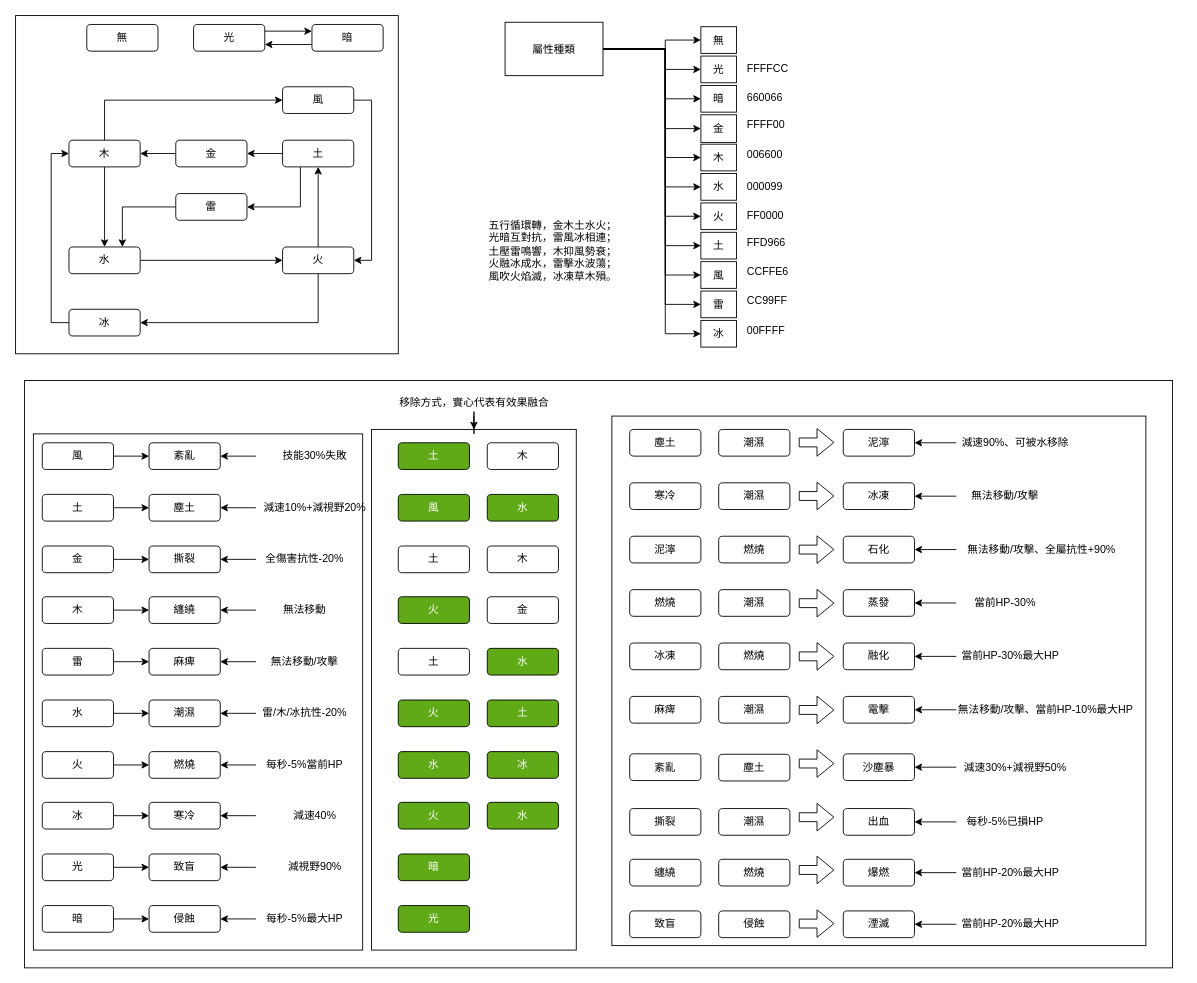
The draw.io diagram page "屬性交互表" (3 of 5) of 計劃書.drawio in jui-pixel/aoop_2025_group12_Alchmey_RPG_game, before the edit. Source tidied: cells renumbered, new cells numbered last; positions are measured from the earlier drawing's top-left corner, leaving out a move shared by most shapes. Both pictures are drawn from the tidied source at 89%, with x=0, y=0 at pixel (15, 15).
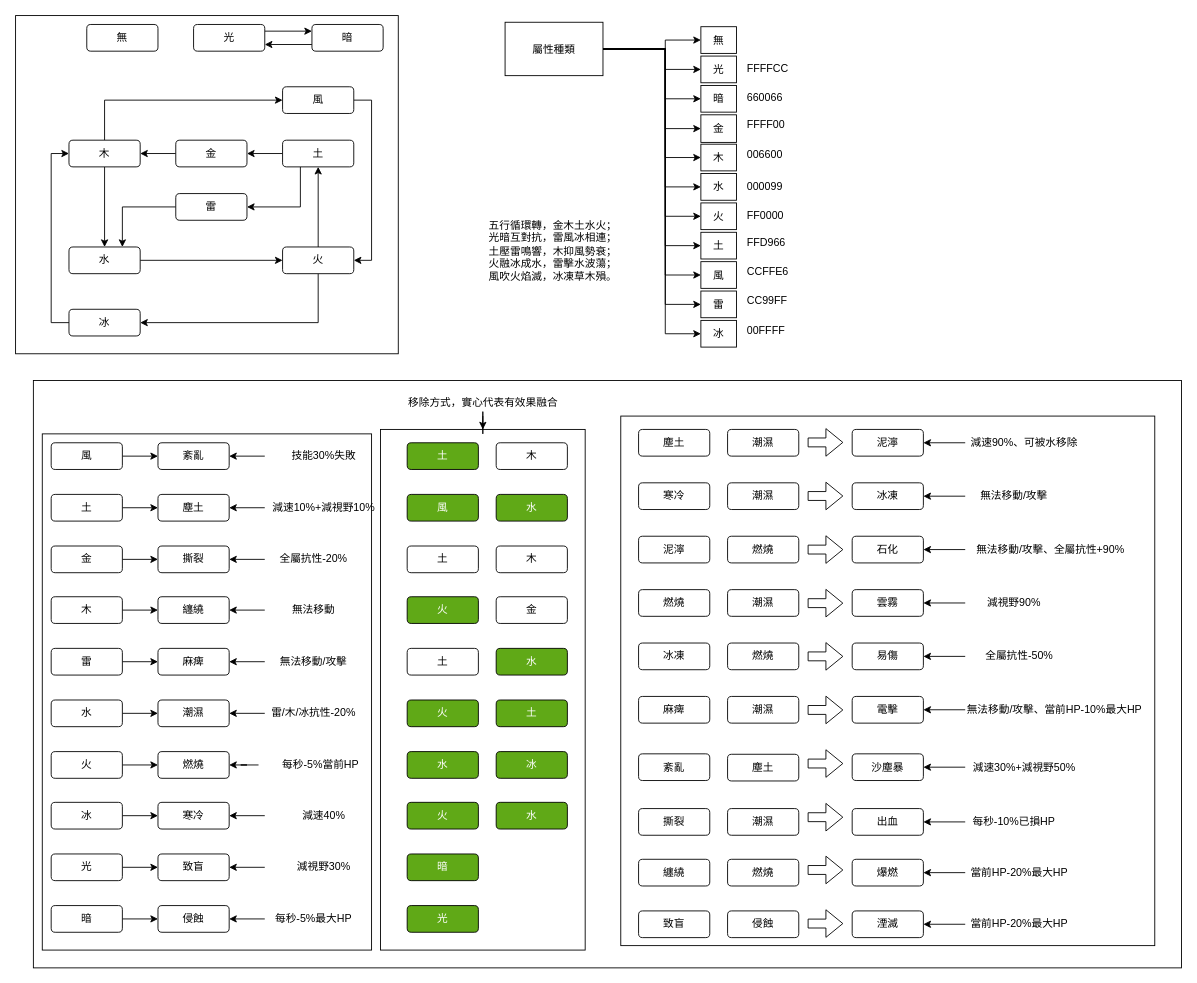
The same diagram, later.

Unchanged cells that the change refers to:
```xml
<mxCell id="83" style="group;" parent="29" vertex="1">
  <mxGeometry x="660" y="40" width="600" height="595" as="geometry" />
</mxCell>
```

Change to the diagram source:
```diff
@@
     <mxCell id="29" style="group;" parent="1" vertex="1">
-      <mxGeometry x="10" y="410" width="1290" height="660" as="geometry" />
+      <mxGeometry x="20" y="410" width="1290" height="660" as="geometry" />
     </mxCell>
@@
-    <mxCell id="64" value="&lt;p style=&quot;white-space-collapse: preserve;&quot; dir=&quot;auto&quot;&gt;減速10%+減視野20%&lt;/p&gt;" style="text;html=1;align=center;verticalAlign=middle;whiteSpace=wrap;rounded=0;" parent="29" vertex="1">
+    <mxCell id="64" value="&lt;p style=&quot;white-space-collapse: preserve;&quot; dir=&quot;auto&quot;&gt;減速10%+減視野10%&lt;/p&gt;" style="text;html=1;align=center;verticalAlign=middle;whiteSpace=wrap;rounded=0;" parent="29" vertex="1">
       <mxGeometry x="260" y="128" width="133" height="30" as="geometry" />
     </mxCell>
@@
     <mxCell id="70" value="每秒-5%當前HP" style="text;html=1;align=center;verticalAlign=middle;whiteSpace=wrap;rounded=0;" parent="29" vertex="1">
-      <mxGeometry x="260" y="417" width="110" height="30" as="geometry" />
+      <mxGeometry x="253" y="417" width="140" height="30" as="geometry" />
     </mxCell>
@@
-    <mxCell id="72" value="全傷害抗性-20%" style="text;html=1;align=center;verticalAlign=middle;whiteSpace=wrap;rounded=0;" parent="29" vertex="1">
+    <mxCell id="72" value="全屬抗性-20%" style="text;html=1;align=center;verticalAlign=middle;whiteSpace=wrap;rounded=0;" parent="29" vertex="1">
       <mxGeometry x="260" y="186" width="110" height="30" as="geometry" />
     </mxCell>
@@
-    <mxCell id="80" value="&lt;p style=&quot;white-space-collapse: preserve;&quot; dir=&quot;auto&quot;&gt;減視野90%&lt;/p&gt;" style="text;html=1;align=center;verticalAlign=middle;whiteSpace=wrap;rounded=0;" parent="29" vertex="1">
+    <mxCell id="80" value="&lt;p style=&quot;white-space-collapse: preserve;&quot; dir=&quot;auto&quot;&gt;減視野30%&lt;/p&gt;" style="text;html=1;align=center;verticalAlign=middle;whiteSpace=wrap;rounded=0;" parent="29" vertex="1">
       <mxGeometry x="260" y="532" width="133" height="30" as="geometry" />
     </mxCell>
@@
-    <mxCell id="96" value="&lt;p style=&quot;white-space-collapse: preserve;&quot; dir=&quot;auto&quot;&gt;蒸發&lt;/p&gt;" style="rounded=1;whiteSpace=wrap;html=1;labelBackgroundColor=none;" parent="83" vertex="1">
+    <mxCell id="96" value="&lt;p style=&quot;white-space-collapse: preserve;&quot; dir=&quot;auto&quot;&gt;雲霧&lt;/p&gt;" style="rounded=1;whiteSpace=wrap;html=1;labelBackgroundColor=none;" parent="83" vertex="1">
       <mxGeometry x="260" y="195" width="80" height="30" as="geometry" />
     </mxCell>
@@
-    <mxCell id="99" value="&lt;p style=&quot;white-space-collapse: preserve;&quot; dir=&quot;auto&quot;&gt;融化&lt;/p&gt;" style="rounded=1;whiteSpace=wrap;html=1;labelBackgroundColor=none;" parent="83" vertex="1">
+    <mxCell id="99" value="&lt;p style=&quot;white-space-collapse: preserve;&quot; dir=&quot;auto&quot;&gt;易傷&lt;/p&gt;" style="rounded=1;whiteSpace=wrap;html=1;labelBackgroundColor=none;" parent="83" vertex="1">
       <mxGeometry x="260" y="255" width="80" height="30" as="geometry" />
     </mxCell>
@@
-    <mxCell id="122" value="當前HP-30%" style="text;html=1;align=center;verticalAlign=middle;whiteSpace=wrap;rounded=0;" parent="83" vertex="1">
+    <mxCell id="122" value="&lt;span style=&quot;white-space-collapse: preserve;&quot;&gt;減視野90%&lt;/span&gt;" style="text;html=1;align=center;verticalAlign=middle;whiteSpace=wrap;rounded=0;" parent="83" vertex="1">
       <mxGeometry x="387" y="195" width="110" height="30" as="geometry" />
     </mxCell>
@@
-    <mxCell id="124" value="當前HP-30%最大HP" style="text;html=1;align=center;verticalAlign=middle;whiteSpace=wrap;rounded=0;" parent="83" vertex="1">
+    <mxCell id="124" value="全屬抗性-50%" style="text;html=1;align=center;verticalAlign=middle;whiteSpace=wrap;rounded=0;" parent="83" vertex="1">
       <mxGeometry x="387" y="255" width="121.5" height="30" as="geometry" />
     </mxCell>
@@
-    <mxCell id="130" value="每秒-5%已損HP" style="text;html=1;align=center;verticalAlign=middle;whiteSpace=wrap;rounded=0;" parent="83" vertex="1">
+    <mxCell id="130" value="每秒-10%已損HP" style="text;html=1;align=center;verticalAlign=middle;whiteSpace=wrap;rounded=0;" parent="83" vertex="1">
       <mxGeometry x="387" y="441" width="110" height="30" as="geometry" />
     </mxCell>
```
